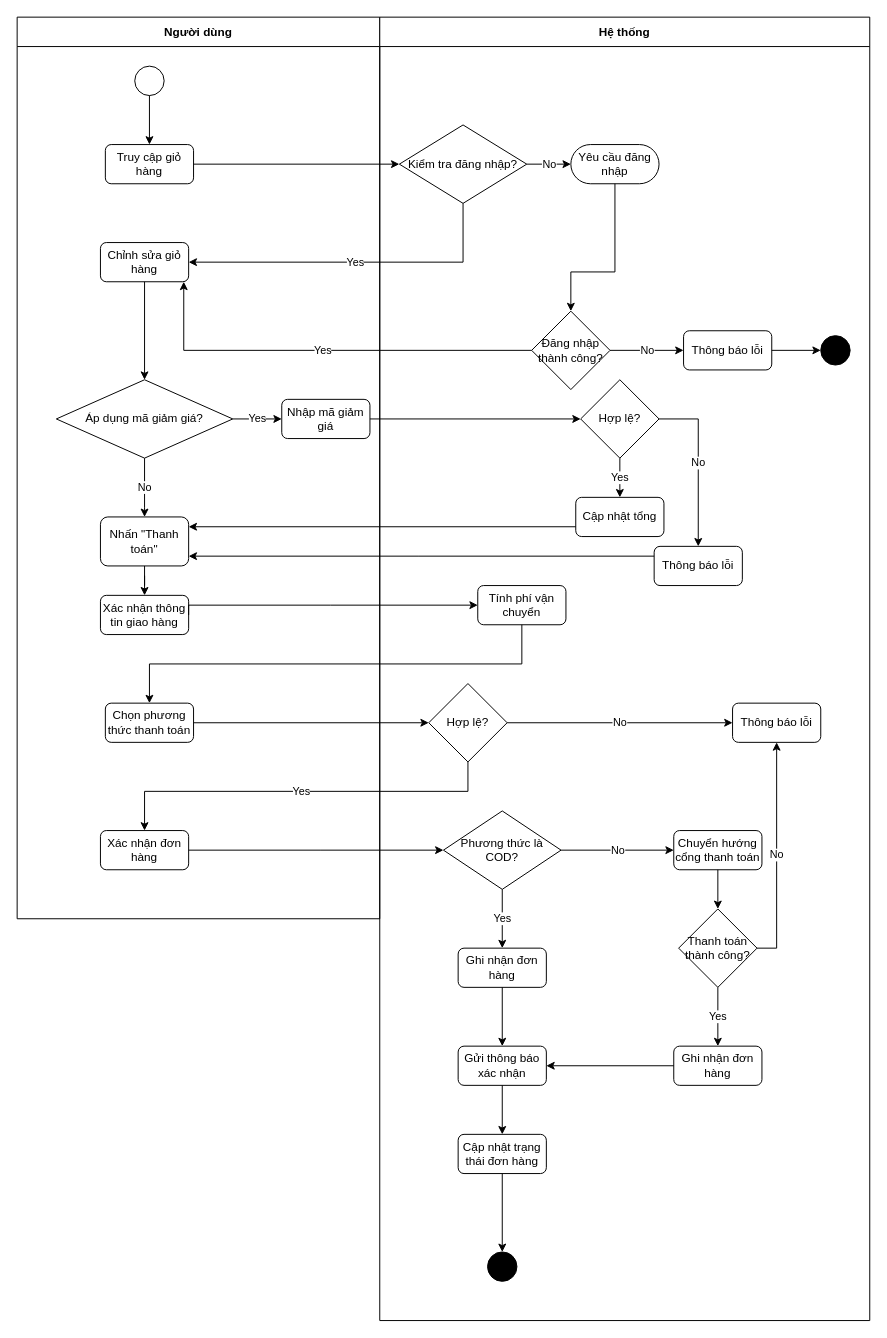
The draw.io diagram Activity Diagram/Cart_Checkout.drawio in NguyenThaiDung2003/IT3120Nhom11, before the edit. Source tidied: cells renumbered, new cells numbered last; positions are measured from the earlier drawing's top-left corner, leaving out a move shared by most shapes. Both pictures are drawn from the tidied source at 98%, with x=0, y=0 at pixel (17, 17).
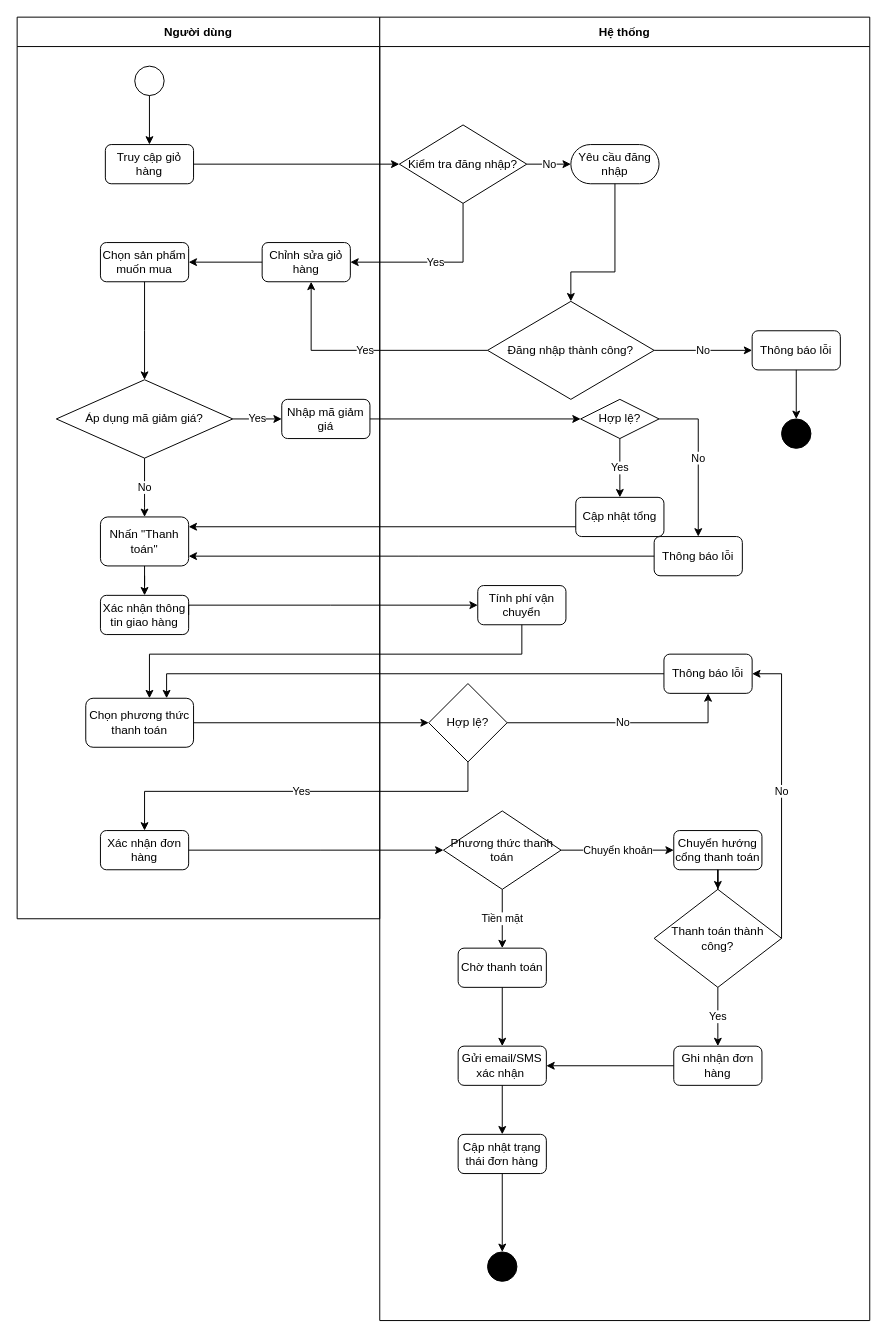
Above is the later version.

Commit message:
Căn chỉnh

Unchanged cells that the change refers to:
```xml
<mxCell id="2" value="Người dùng" style="swimlane;startSize=30;" parent="1" vertex="1">
  <mxGeometry width="370" height="920" as="geometry" />
</mxCell>
<mxCell id="6" value="Áp dụng mã giảm giá?" style="rhombus;whiteSpace=wrap;html=1;" parent="2" vertex="1">
  <mxGeometry x="40" y="370" width="180" height="80" as="geometry" />
</mxCell>
<mxCell id="14" value="Hệ thống" style="swimlane;startSize=30;" parent="1" vertex="1">
  <mxGeometry x="370" width="500" height="1330" as="geometry" />
</mxCell>
<mxCell id="22" value="Tính phí vận chuyển" style="rounded=1;whiteSpace=wrap;html=1;" parent="14" vertex="1">
  <mxGeometry x="100" y="580" width="90" height="40" as="geometry" />
</mxCell>
<mxCell id="31" value="Hợp lệ?" style="rhombus;whiteSpace=wrap;html=1;" parent="14" vertex="1">
  <mxGeometry x="50" y="680" width="80" height="80" as="geometry" />
</mxCell>
<mxCell id="34" value="Chuyển hướng cổng thanh toán" style="rounded=1;whiteSpace=wrap;html=1;" parent="14" vertex="1">
  <mxGeometry x="300" y="830" width="90" height="40" as="geometry" />
</mxCell>
```

Diff of the diagram source:
```diff
@@
     <mxCell id="5" value="Chỉnh sửa giỏ hàng" style="rounded=1;whiteSpace=wrap;html=1;" parent="2" vertex="1">
-      <mxGeometry x="85" y="230" width="90" height="40" as="geometry" />
+      <mxGeometry x="250" y="230" width="90" height="40" as="geometry" />
     </mxCell>
@@
     <mxCell id="10" value="Chọn phương thức thanh toán" style="rounded=1;whiteSpace=wrap;html=1;" parent="2" vertex="1">
-      <mxGeometry x="90" y="700" width="90" height="40" as="geometry" />
+      <mxGeometry x="70" y="695" width="110" height="50" as="geometry" />
     </mxCell>
@@
+    <mxCell id="64" value="Chọn sản phẩm muốn mua" style="rounded=1;whiteSpace=wrap;html=1;" parent="2" vertex="1">
+      <mxGeometry x="85" y="230" width="90" height="40" as="geometry" />
+    </mxCell>
+    <mxCell id="48" style="edgeStyle=orthogonalEdgeStyle;rounded=0;html=1;jettySize=auto;entryX=1;entryY=0.5;entryDx=0;entryDy=0;" parent="2" edge="1" source="5" target="64">
+      <mxGeometry relative="1" as="geometry" />
+    </mxCell>
+    <mxCell id="65" style="edgeStyle=orthogonalEdgeStyle;rounded=0;html=1;jettySize=auto;entryX=0.5;entryY=0;entryDx=0;entryDy=0;exitX=0.5;exitY=1;exitDx=0;exitDy=0;" parent="2" edge="1" source="64" target="6">
+      <mxGeometry relative="1" as="geometry">
+        <Array as="points">
+          <mxPoint x="130" y="320" />
+          <mxPoint x="130" y="320" />
+        </Array>
+      </mxGeometry>
+    </mxCell>
@@
     <mxCell id="17" value="Đăng nhập thành công?" style="rhombus;whiteSpace=wrap;html=1;" parent="14" vertex="1">
-      <mxGeometry x="155" y="300" width="80" height="80" as="geometry" />
+      <mxGeometry x="110" y="290" width="170" height="100" as="geometry" />
     </mxCell>
     <mxCell id="18" value="Thông báo lỗi" style="rounded=1;whiteSpace=wrap;html=1;" parent="14" vertex="1">
-      <mxGeometry x="310" y="320" width="90" height="40" as="geometry" />
+      <mxGeometry x="380" y="320" width="90" height="40" as="geometry" />
     </mxCell>
     <mxCell id="19" style="ellipse;whiteSpace=wrap;html=1;fillColor=#000000;" parent="14" vertex="1">
-      <mxGeometry x="450" y="325" width="30" height="30" as="geometry" />
+      <mxGeometry x="410" y="410" width="30" height="30" as="geometry" />
     </mxCell>
     <mxCell id="20" value="Hợp lệ?" style="rhombus;whiteSpace=wrap;html=1;" parent="14" vertex="1">
-      <mxGeometry x="205" y="370" width="80" height="80" as="geometry" />
+      <mxGeometry x="205" y="390" width="80" height="40" as="geometry" />
     </mxCell>
@@
-    <mxCell id="23" value="Phương thức là COD?" style="rhombus;whiteSpace=wrap;html=1;" parent="14" vertex="1">
+    <mxCell id="23" value="Phương thức thanh toán" style="rhombus;whiteSpace=wrap;html=1;" parent="14" vertex="1">
       <mxGeometry x="65" y="810" width="120" height="80" as="geometry" />
     </mxCell>
-    <mxCell id="24" value="Ghi nhận đơn hàng" style="rounded=1;whiteSpace=wrap;html=1;" parent="14" vertex="1">
+    <mxCell id="24" value="Chờ thanh toán" style="rounded=1;whiteSpace=wrap;html=1;" parent="14" vertex="1">
       <mxGeometry x="80" y="950" width="90" height="40" as="geometry" />
     </mxCell>
     <mxCell id="25" value="Thanh toán thành công?" style="rhombus;whiteSpace=wrap;html=1;" parent="14" vertex="1">
-      <mxGeometry x="305" y="910" width="80" height="80" as="geometry" />
+      <mxGeometry x="280" y="890" width="130" height="100" as="geometry" />
     </mxCell>
@@
-    <mxCell id="27" value="Gửi thông báo xác nhận" style="rounded=1;whiteSpace=wrap;html=1;" parent="14" vertex="1">
+    <mxCell id="27" value="Gửi email/SMS xác nhận&amp;nbsp;" style="rounded=1;whiteSpace=wrap;html=1;" parent="14" vertex="1">
       <mxGeometry x="80" y="1050" width="90" height="40" as="geometry" />
     </mxCell>
@@
-    <mxCell id="30" value="Thông báo lỗi" style="rounded=1;whiteSpace=wrap;html=1;" parent="14" vertex="1">
-      <mxGeometry x="360" y="700" width="90" height="40" as="geometry" />
-    </mxCell>
@@
-    <mxCell id="32" value="No" style="edgeStyle=orthogonalEdgeStyle;rounded=0;html=1;jettySize=auto;" parent="14" edge="1" source="31" target="30">
+    <mxCell id="32" value="No" style="edgeStyle=orthogonalEdgeStyle;rounded=0;html=1;jettySize=auto;entryX=0.5;entryY=1;entryDx=0;entryDy=0;" parent="14" edge="1" source="31" target="30">
       <mxGeometry relative="1" as="geometry" />
     </mxCell>
@@
-    <mxCell id="35" value="No" style="edgeStyle=orthogonalEdgeStyle;rounded=0;html=1;jettySize=auto;" parent="14" edge="1" source="23" target="34">
+    <mxCell id="35" value="Chuyển khoản" style="edgeStyle=orthogonalEdgeStyle;rounded=0;html=1;jettySize=auto;" parent="14" edge="1" source="23" target="34">
       <mxGeometry relative="1" as="geometry" />
     </mxCell>
@@
-    <mxCell id="37" value="No" style="edgeStyle=orthogonalEdgeStyle;rounded=0;html=1;jettySize=auto;entryX=0.5;entryY=1;entryDx=0;entryDy=0;" parent="14" edge="1" source="25" target="30">
+    <mxCell id="37" value="No" style="edgeStyle=orthogonalEdgeStyle;rounded=0;html=1;jettySize=auto;entryX=1;entryY=0.5;entryDx=0;entryDy=0;exitX=1;exitY=0.5;exitDx=0;exitDy=0;" parent="14" edge="1" source="25" target="30">
       <mxGeometry relative="1" as="geometry">
         <Array as="points">
-          <mxPoint x="405" y="950" />
+          <mxPoint x="410" y="670" />
         </Array>
       </mxGeometry>
     </mxCell>
     <mxCell id="38" value="Thông báo lỗi" style="rounded=1;whiteSpace=wrap;html=1;" parent="14" vertex="1">
-      <mxGeometry x="280" y="540" width="90" height="40" as="geometry" />
+      <mxGeometry x="280" y="530" width="90" height="40" as="geometry" />
     </mxCell>
@@
+    <mxCell id="30" value="Thông báo lỗi" style="rounded=1;whiteSpace=wrap;html=1;" parent="14" vertex="1">
+      <mxGeometry x="290" y="650" width="90" height="40" as="geometry" />
+    </mxCell>
@@
     <mxCell id="45" value="Yes" style="edgeStyle=orthogonalEdgeStyle;rounded=0;html=1;jettySize=auto;exitX=0;exitY=0.5;exitDx=0;exitDy=0;" parent="1" edge="1" source="17" target="5">
       <mxGeometry relative="1" as="geometry">
         <Array as="points">
-          <mxPoint x="170" y="340" />
+          <mxPoint x="300" y="340" />
         </Array>
       </mxGeometry>
     </mxCell>
@@
-    <mxCell id="48" style="edgeStyle=orthogonalEdgeStyle;rounded=0;html=1;jettySize=auto;" parent="1" edge="1" source="5" target="6">
-      <mxGeometry relative="1" as="geometry" />
-    </mxCell>
@@
     <mxCell id="55" style="edgeStyle=orthogonalEdgeStyle;rounded=0;html=1;jettySize=auto;exitX=0.5;exitY=1;exitDx=0;exitDy=0;" parent="1" edge="1" source="22" target="10">
       <mxGeometry relative="1" as="geometry">
         <Array as="points">
-          <mxPoint x="515" y="660" />
-          <mxPoint x="135" y="660" />
+          <mxPoint x="515" y="650" />
+          <mxPoint x="135" y="650" />
         </Array>
       </mxGeometry>
     </mxCell>
@@
-    <mxCell id="57" value="Yes" style="edgeStyle=orthogonalEdgeStyle;rounded=0;html=1;jettySize=auto;exitX=0.5;exitY=1;exitDx=0;exitDy=0;" parent="1" edge="1" source="23" target="24">
+    <mxCell id="57" value="Tiền mặt" style="edgeStyle=orthogonalEdgeStyle;rounded=0;html=1;jettySize=auto;exitX=0.5;exitY=1;exitDx=0;exitDy=0;" parent="1" edge="1" source="23" target="24">
       <mxGeometry relative="1" as="geometry" />
     </mxCell>
@@
+    <mxCell id="66" style="edgeStyle=orthogonalEdgeStyle;rounded=0;html=1;jettySize=auto;exitX=0;exitY=0.5;exitDx=0;exitDy=0;entryX=0.75;entryY=0;entryDx=0;entryDy=0;" parent="1" edge="1" source="30" target="10">
+      <mxGeometry relative="1" as="geometry" />
+    </mxCell>
```
